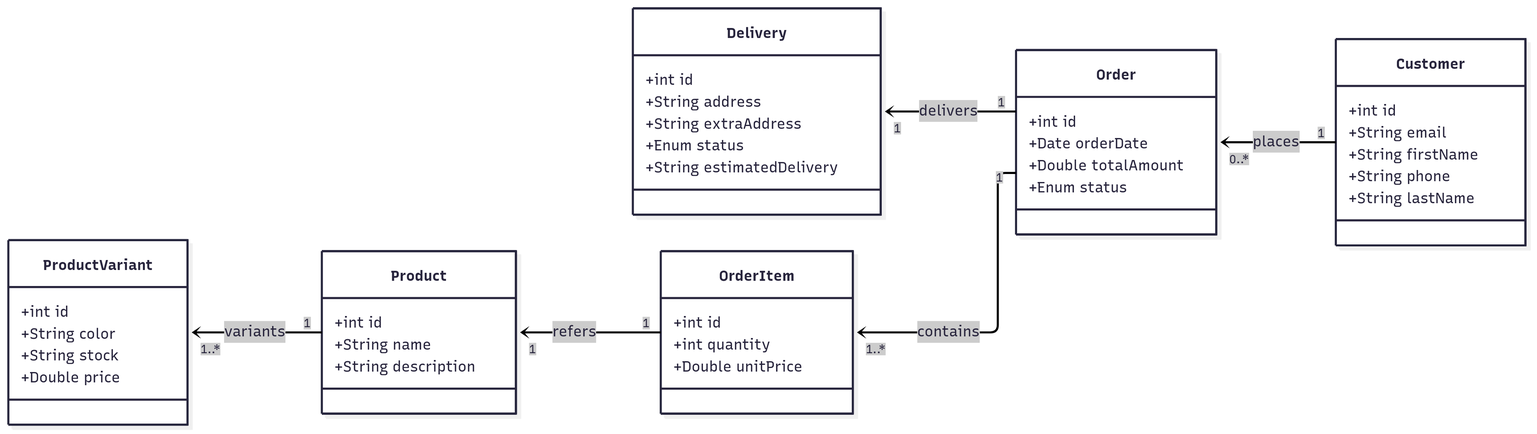
Above: docs/entity-diagram.png in Andressc19/bacpak-backend (Mermaid), before the change. Its source is kept beside it as docs/entity-diagram.mmd. Its diagram source:
```mermaid
---
config:
  layout: elk
---
classDiagram
direction RL

    class Customer {
        +int id
        +String email
        +String firstName
        +String phone
        +String lastName
    }

    class ProductVariant {
        +int id
        +String color
        +String stock
        +Double price
    }

    class Product {
        +int id
        +String name
        +String description
    }

    class Order {
        +int id
        +Date orderDate
        +Double totalAmount
        +Enum status
    }

    class OrderItem {
        +int id
        +int quantity
        +Double unitPrice
    }

    class Delivery {
        +int id
        +String address
        +String extraAddress
        +Enum status
        +String estimatedDelivery
    }

    Customer "1" --> "0..*" Order : places
    Order "1" --> "1..*" OrderItem : contains
    OrderItem "1" --> "1" Product : refers
    Order "1" --> "1" Delivery : delivers
    Product "1" --> "1..*" ProductVariant: variants
```
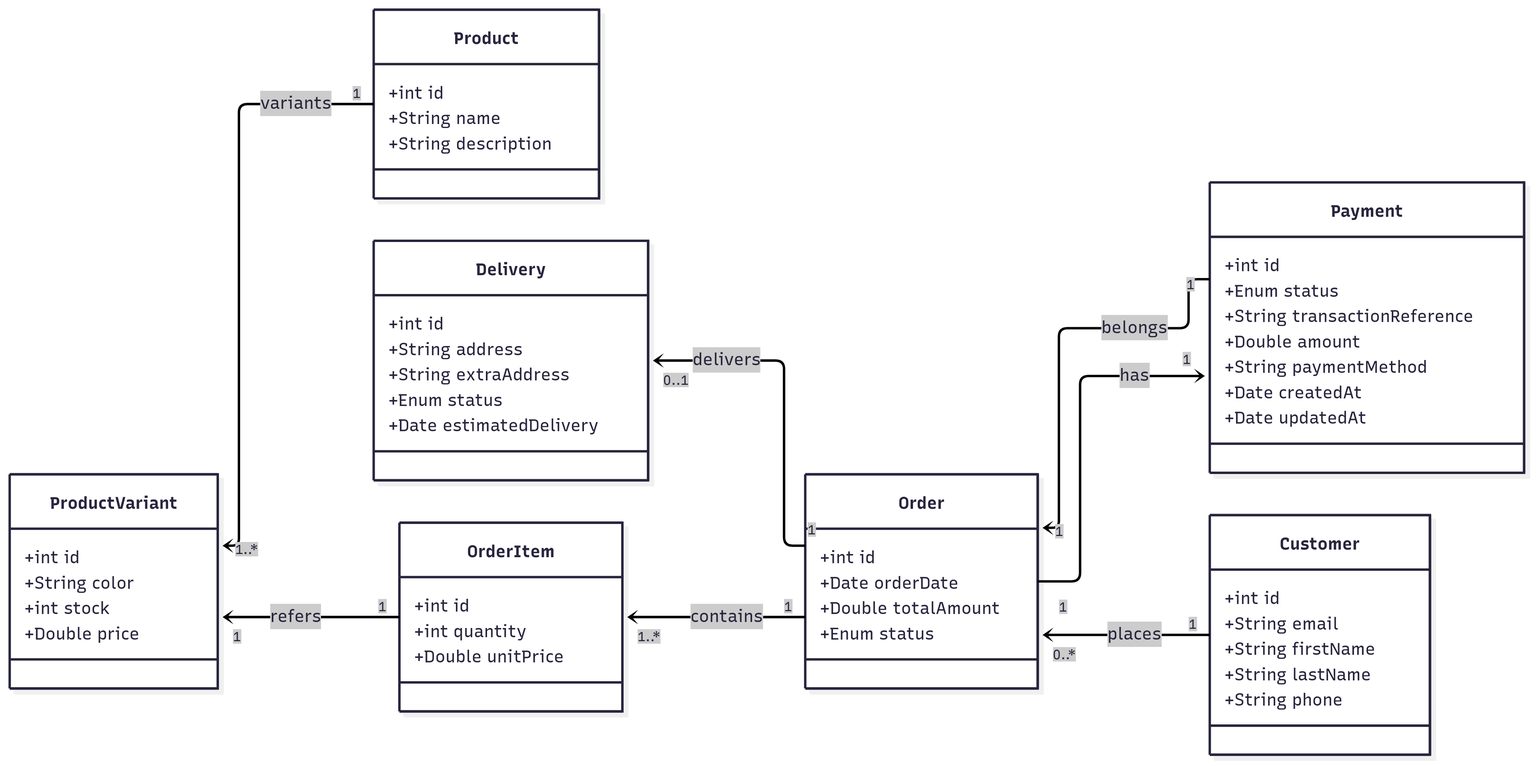
Later version of the same file.

What changed in the source:
```diff
@@ -9,21 +9,21 @@
         +int id
         +String email
         +String firstName
+        +String lastName
         +String phone
-        +String lastName
-    }
-
-    class ProductVariant {
-        +int id
-        +String color
-        +String stock
-        +Double price
     }
 
     class Product {
         +int id
         +String name
         +String description
+    }
+
+    class ProductVariant {
+        +int id
+        +String color
+        +int stock
+        +Double price
     }
 
     class Order {
@@ -44,11 +44,23 @@
         +String address
         +String extraAddress
         +Enum status
-        +String estimatedDelivery
+        +Date estimatedDelivery
+    }
+
+    class Payment {
+        +int id
+        +Enum status
+        +String transactionReference
+        +Double amount
+        +String paymentMethod
+        +Date createdAt
+        +Date updatedAt
     }
 
     Customer "1" --> "0..*" Order : places
     Order "1" --> "1..*" OrderItem : contains
-    OrderItem "1" --> "1" Product : refers
-    Order "1" --> "1" Delivery : delivers
+    OrderItem "1" --> "1" ProductVariant : refers
     Product "1" --> "1..*" ProductVariant: variants
+    Order "1" --> "0..1" Delivery : delivers
+    Order "1" --> "1" Payment : has
+    Payment "1" --> "1" Order : belongs
```
